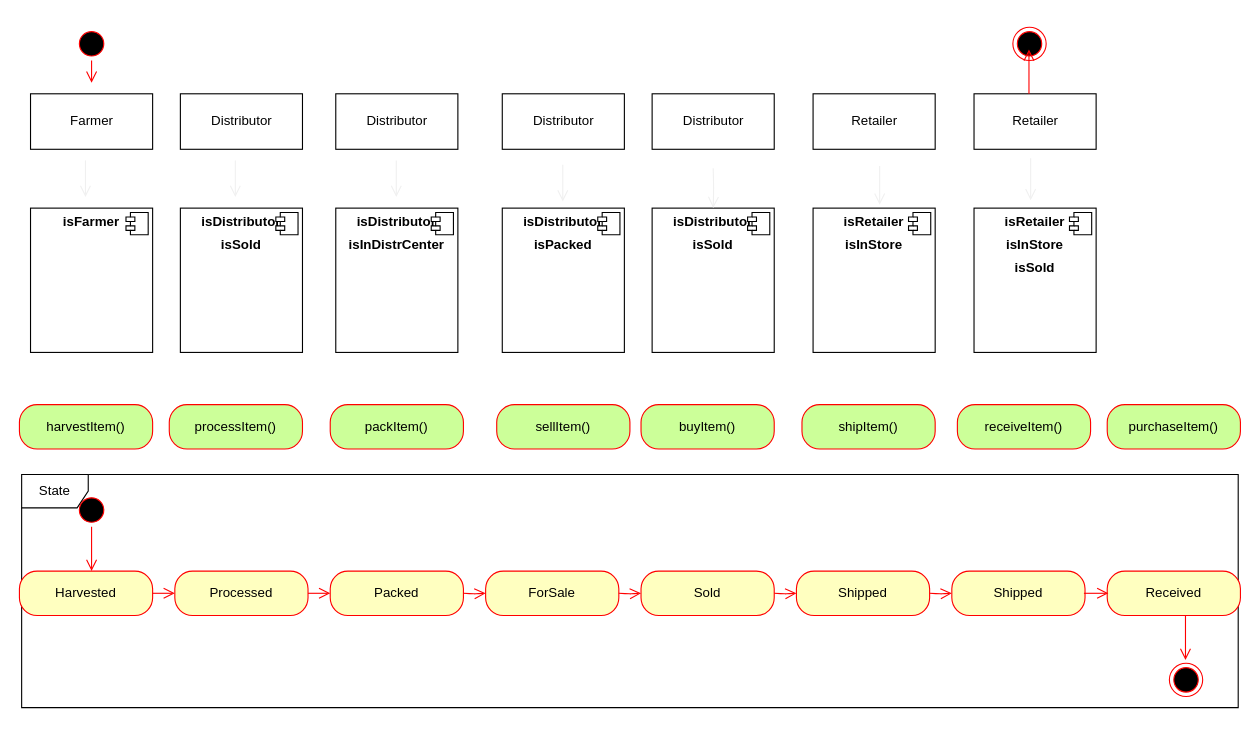
janvanessen/supplychain keeps this draw.io diagram as uml/3-state.drawio. Above is the earlier version. Source tidied: cells renumbered, new cells numbered last; positions are measured from the earlier drawing's top-left corner, leaving out a move shared by most shapes. Both pictures are drawn from the tidied source at 111%, with x=0, y=0 at pixel (19, 27).
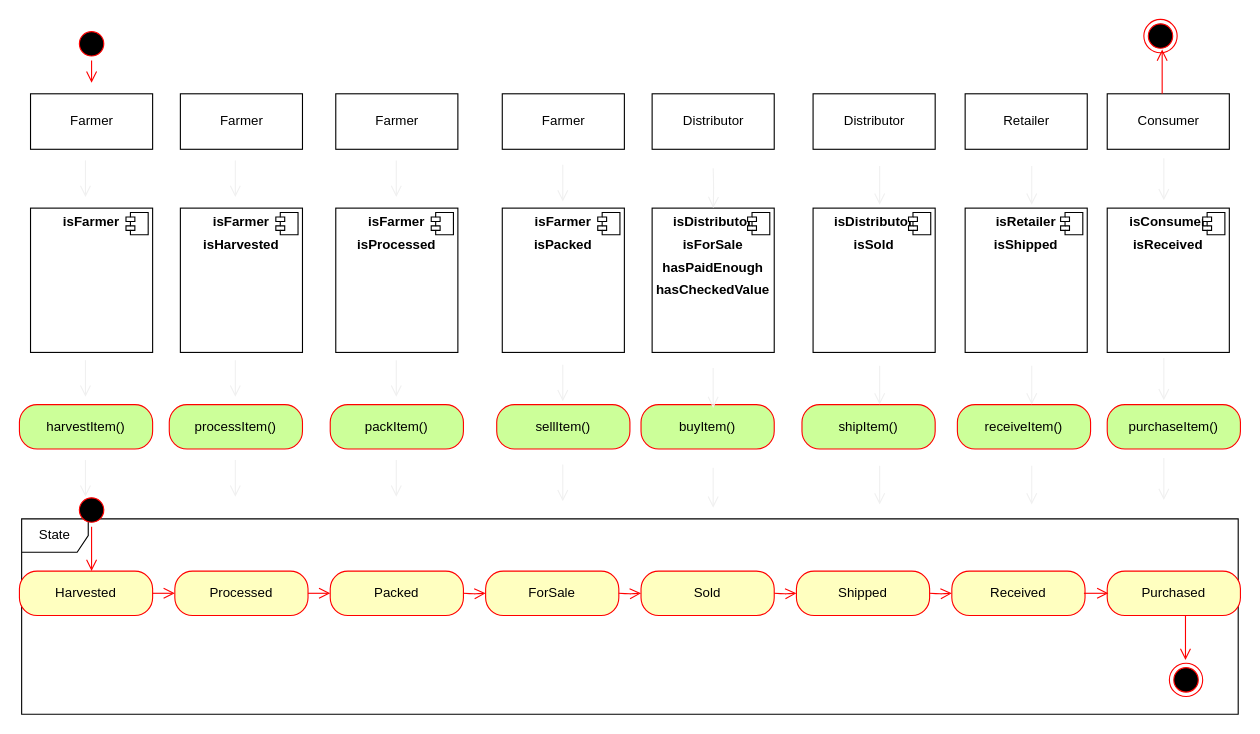
The same diagram, later.

Change to the diagram source:
```diff
@@
     <mxCell id="2" value="State" style="shape=umlFrame;whiteSpace=wrap;html=1;" parent="1" vertex="1">
-      <mxGeometry x="2" y="403" width="1096" height="210" as="geometry" />
+      <mxGeometry x="2" y="443" width="1096" height="176" as="geometry" />
     </mxCell>
@@
-    <mxCell id="15" value="Received" style="rounded=1;whiteSpace=wrap;html=1;arcSize=40;fontColor=#000000;fillColor=#ffffc0;strokeColor=#ff0000;" parent="1" vertex="1">
+    <mxCell id="15" value="Purchased" style="rounded=1;whiteSpace=wrap;html=1;arcSize=40;fontColor=#000000;fillColor=#ffffc0;strokeColor=#ff0000;" parent="1" vertex="1">
       <mxGeometry x="980" y="490" width="120" height="40" as="geometry" />
     </mxCell>
@@
-    <mxCell id="21" value="Distributor" style="html=1;" parent="1" vertex="1">
+    <mxCell id="21" value="Farmer" style="html=1;" parent="1" vertex="1">
       <mxGeometry x="145" y="60" width="110" height="50" as="geometry" />
     </mxCell>
-    <mxCell id="22" value="Distributor" style="html=1;" parent="1" vertex="1">
+    <mxCell id="22" value="Farmer" style="html=1;" parent="1" vertex="1">
       <mxGeometry x="285" y="60" width="110" height="50" as="geometry" />
     </mxCell>
-    <mxCell id="23" value="Distributor" style="html=1;" parent="1" vertex="1">
+    <mxCell id="23" value="Farmer" style="html=1;" parent="1" vertex="1">
       <mxGeometry x="435" y="60" width="110" height="50" as="geometry" />
     </mxCell>
@@
-    <mxCell id="25" value="Retailer" style="html=1;" parent="1" vertex="1">
+    <mxCell id="25" value="Distributor" style="html=1;" parent="1" vertex="1">
       <mxGeometry x="715" y="60" width="110" height="50" as="geometry" />
     </mxCell>
-    <mxCell id="26" value="Retailer" style="html=1;" parent="1" vertex="1">
-      <mxGeometry x="860" y="60" width="110" height="50" as="geometry" />
+    <mxCell id="26" value="Consumer" style="html=1;" parent="1" vertex="1">
+      <mxGeometry x="980" y="60" width="110" height="50" as="geometry" />
     </mxCell>
@@
     <mxCell id="29" style="ellipse;html=1;shape=endState;fillColor=#000000;strokeColor=#ff0000;" parent="1" vertex="1">
-      <mxGeometry x="895" width="30" height="30" as="geometry" />
+      <mxGeometry x="1013" y="-7" width="30" height="30" as="geometry" />
     </mxCell>
     <mxCell id="30" style="edgeStyle=orthogonalEdgeStyle;html=1;verticalAlign=bottom;endArrow=open;endSize=8;strokeColor=#ff0000;" parent="1" edge="1">
       <mxGeometry relative="1" as="geometry">
-        <mxPoint x="909.5" y="60" as="sourcePoint" />
-        <mxPoint x="909.5" y="20" as="targetPoint" />
+        <mxPoint x="1029.5" y="60" as="sourcePoint" />
+        <mxPoint x="1029.5" y="20" as="targetPoint" />
       </mxGeometry>
     </mxCell>
@@
-    <mxCell id="40" value="&lt;p style=&quot;margin: 0px ; margin-top: 6px ; text-align: center&quot;&gt;&lt;b&gt;isDistributor&lt;/b&gt;&lt;/p&gt;&lt;p style=&quot;margin: 0px ; margin-top: 6px ; text-align: center&quot;&gt;&lt;b&gt;isSold&lt;/b&gt;&lt;/p&gt;" style="align=left;overflow=fill;html=1;" parent="1" vertex="1">
+    <mxCell id="40" value="&lt;p style=&quot;margin: 0px ; margin-top: 6px ; text-align: center&quot;&gt;&lt;b&gt;isFarmer&lt;/b&gt;&lt;/p&gt;&lt;p style=&quot;margin: 0px ; margin-top: 6px ; text-align: center&quot;&gt;&lt;b&gt;isHarvested&lt;/b&gt;&lt;br&gt;&lt;/p&gt;" style="align=left;overflow=fill;html=1;" parent="1" vertex="1">
       <mxGeometry x="145" y="163" width="110" height="130" as="geometry" />
     </mxCell>
@@
-    <mxCell id="42" value="&lt;p style=&quot;margin: 0px ; margin-top: 6px ; text-align: center&quot;&gt;&lt;b&gt;isDistributor&lt;/b&gt;&lt;/p&gt;&lt;p style=&quot;margin: 0px ; margin-top: 6px ; text-align: center&quot;&gt;&lt;b&gt;isInDistrCenter&lt;/b&gt;&lt;/p&gt;" style="align=left;overflow=fill;html=1;" parent="1" vertex="1">
+    <mxCell id="42" value="&lt;p style=&quot;margin: 0px ; margin-top: 6px ; text-align: center&quot;&gt;&lt;b&gt;isFarmer&lt;/b&gt;&lt;/p&gt;&lt;p style=&quot;margin: 0px ; margin-top: 6px ; text-align: center&quot;&gt;&lt;b&gt;isProcessed&lt;/b&gt;&lt;br&gt;&lt;/p&gt;" style="align=left;overflow=fill;html=1;" parent="1" vertex="1">
       <mxGeometry x="285" y="163" width="110" height="130" as="geometry" />
     </mxCell>
@@
-    <mxCell id="44" value="&lt;p style=&quot;margin: 0px ; margin-top: 6px ; text-align: center&quot;&gt;&lt;b&gt;isDistributor&lt;/b&gt;&lt;/p&gt;&lt;p style=&quot;margin: 0px ; margin-top: 6px ; text-align: center&quot;&gt;&lt;b&gt;isPacked&lt;/b&gt;&lt;/p&gt;&lt;p style=&quot;margin: 0px ; margin-top: 6px ; text-align: center&quot;&gt;&lt;b&gt;&lt;br&gt;&lt;/b&gt;&lt;/p&gt;" style="align=left;overflow=fill;html=1;" parent="1" vertex="1">
+    <mxCell id="44" value="&lt;p style=&quot;margin: 0px ; margin-top: 6px ; text-align: center&quot;&gt;&lt;b&gt;isFarmer&lt;/b&gt;&lt;/p&gt;&lt;p style=&quot;margin: 0px ; margin-top: 6px ; text-align: center&quot;&gt;&lt;b&gt;isPacked&lt;/b&gt;&lt;/p&gt;&lt;p style=&quot;margin: 0px ; margin-top: 6px ; text-align: center&quot;&gt;&lt;b&gt;&lt;br&gt;&lt;/b&gt;&lt;/p&gt;" style="align=left;overflow=fill;html=1;" parent="1" vertex="1">
       <mxGeometry x="435" y="163" width="110" height="130" as="geometry" />
     </mxCell>
@@
-    <mxCell id="46" value="&lt;p style=&quot;margin: 0px ; margin-top: 6px ; text-align: center&quot;&gt;&lt;b&gt;isDistributor&lt;/b&gt;&lt;/p&gt;&lt;p style=&quot;margin: 0px ; margin-top: 6px ; text-align: center&quot;&gt;&lt;b&gt;isSold&lt;/b&gt;&lt;/p&gt;" style="align=left;overflow=fill;html=1;" parent="1" vertex="1">
+    <mxCell id="46" value="&lt;p style=&quot;margin: 0px ; margin-top: 6px ; text-align: center&quot;&gt;&lt;b&gt;isDistributor&lt;/b&gt;&lt;/p&gt;&lt;p style=&quot;margin: 0px ; margin-top: 6px ; text-align: center&quot;&gt;&lt;b&gt;isForSale&lt;/b&gt;&lt;/p&gt;&lt;p style=&quot;margin: 0px ; margin-top: 6px ; text-align: center&quot;&gt;&lt;b&gt;hasPaidEnough&lt;/b&gt;&lt;/p&gt;&lt;p style=&quot;margin: 0px ; margin-top: 6px ; text-align: center&quot;&gt;&lt;b&gt;hasCheckedValue&lt;/b&gt;&lt;/p&gt;" style="align=left;overflow=fill;html=1;" parent="1" vertex="1">
       <mxGeometry x="570" y="163" width="110" height="130" as="geometry" />
     </mxCell>
@@
-    <mxCell id="48" value="&lt;p style=&quot;margin: 0px ; margin-top: 6px ; text-align: center&quot;&gt;&lt;b&gt;isRetailer&lt;/b&gt;&lt;/p&gt;&lt;p style=&quot;margin: 0px ; margin-top: 6px ; text-align: center&quot;&gt;&lt;b&gt;isInStore&lt;/b&gt;&lt;/p&gt;&lt;p style=&quot;margin: 0px ; margin-top: 6px ; text-align: center&quot;&gt;&lt;b&gt;&lt;br&gt;&lt;/b&gt;&lt;/p&gt;" style="align=left;overflow=fill;html=1;" parent="1" vertex="1">
+    <mxCell id="48" value="&lt;p style=&quot;margin: 0px ; margin-top: 6px ; text-align: center&quot;&gt;&lt;b&gt;isDistributor&lt;/b&gt;&lt;/p&gt;&lt;p style=&quot;margin: 0px ; margin-top: 6px ; text-align: center&quot;&gt;&lt;b&gt;isSold&lt;/b&gt;&lt;/p&gt;" style="align=left;overflow=fill;html=1;" parent="1" vertex="1">
       <mxGeometry x="715" y="163" width="110" height="130" as="geometry" />
     </mxCell>
@@
-    <mxCell id="50" value="&lt;p style=&quot;margin: 0px ; margin-top: 6px ; text-align: center&quot;&gt;&lt;b&gt;isRetailer&lt;/b&gt;&lt;/p&gt;&lt;p style=&quot;margin: 0px ; margin-top: 6px ; text-align: center&quot;&gt;&lt;b&gt;isInStore&lt;/b&gt;&lt;/p&gt;&lt;p style=&quot;margin: 0px ; margin-top: 6px ; text-align: center&quot;&gt;&lt;b&gt;isSold&lt;/b&gt;&lt;/p&gt;" style="align=left;overflow=fill;html=1;" parent="1" vertex="1">
-      <mxGeometry x="860" y="163" width="110" height="130" as="geometry" />
+    <mxCell id="50" value="&lt;p style=&quot;margin: 0px ; margin-top: 6px ; text-align: center&quot;&gt;&lt;b&gt;isConsumer&lt;/b&gt;&lt;/p&gt;&lt;p style=&quot;margin: 0px ; margin-top: 6px ; text-align: center&quot;&gt;&lt;b&gt;isReceived&lt;/b&gt;&lt;/p&gt;" style="align=left;overflow=fill;html=1;" parent="1" vertex="1">
+      <mxGeometry x="980" y="163" width="110" height="130" as="geometry" />
     </mxCell>
@@
     <mxCell id="58" style="edgeStyle=orthogonalEdgeStyle;html=1;verticalAlign=bottom;endArrow=open;endSize=8;strokeColor=#F0F0F0;" parent="1" edge="1">
       <mxGeometry relative="1" as="geometry">
-        <mxPoint x="911" y="118" as="sourcePoint" />
-        <mxPoint x="911" y="156" as="targetPoint" />
+        <mxPoint x="1031" y="118" as="sourcePoint" />
+        <mxPoint x="1031" y="156" as="targetPoint" />
       </mxGeometry>
     </mxCell>
-    <mxCell id="59" value="Shipped" style="rounded=1;whiteSpace=wrap;html=1;arcSize=40;fontColor=#000000;fillColor=#ffffc0;strokeColor=#ff0000;" parent="1" vertex="1">
+    <mxCell id="59" value="Received" style="rounded=1;whiteSpace=wrap;html=1;arcSize=40;fontColor=#000000;fillColor=#ffffc0;strokeColor=#ff0000;" parent="1" vertex="1">
       <mxGeometry x="840" y="490" width="120" height="40" as="geometry" />
     </mxCell>
@@
+    <mxCell id="62" value="Retailer" style="html=1;" parent="1" vertex="1">
+      <mxGeometry x="852" y="60" width="110" height="50" as="geometry" />
+    </mxCell>
+    <mxCell id="63" value="&lt;p style=&quot;margin: 0px ; margin-top: 6px ; text-align: center&quot;&gt;&lt;b&gt;isRetailer&lt;/b&gt;&lt;/p&gt;&lt;p style=&quot;margin: 0px ; margin-top: 6px ; text-align: center&quot;&gt;&lt;b&gt;isShipped&lt;/b&gt;&lt;/p&gt;&lt;p style=&quot;margin: 0px ; margin-top: 6px ; text-align: center&quot;&gt;&lt;b&gt;&lt;br&gt;&lt;/b&gt;&lt;/p&gt;" style="align=left;overflow=fill;html=1;" parent="1" vertex="1">
+      <mxGeometry x="852" y="163" width="110" height="130" as="geometry" />
+    </mxCell>
+    <mxCell id="64" style="shape=component;jettyWidth=8;jettyHeight=4;" parent="63" vertex="1">
+      <mxGeometry x="1" width="20" height="20" relative="1" as="geometry">
+        <mxPoint x="-24" y="4" as="offset" />
+      </mxGeometry>
+    </mxCell>
+    <mxCell id="65" style="edgeStyle=orthogonalEdgeStyle;html=1;verticalAlign=bottom;endArrow=open;endSize=8;strokeColor=#F0F0F0;" parent="1" edge="1">
+      <mxGeometry relative="1" as="geometry">
+        <mxPoint x="912" y="125" as="sourcePoint" />
+        <mxPoint x="912" y="160" as="targetPoint" />
+      </mxGeometry>
+    </mxCell>
+    <mxCell id="66" style="edgeStyle=orthogonalEdgeStyle;html=1;verticalAlign=bottom;endArrow=open;endSize=8;strokeColor=#F0F0F0;" parent="1" edge="1">
+      <mxGeometry relative="1" as="geometry">
+        <mxPoint x="59.5" y="300" as="sourcePoint" />
+        <mxPoint x="59.5" y="333" as="targetPoint" />
+      </mxGeometry>
+    </mxCell>
+    <mxCell id="67" style="edgeStyle=orthogonalEdgeStyle;html=1;verticalAlign=bottom;endArrow=open;endSize=8;strokeColor=#F0F0F0;" parent="1" edge="1">
+      <mxGeometry relative="1" as="geometry">
+        <mxPoint x="194.5" y="300" as="sourcePoint" />
+        <mxPoint x="194.5" y="333" as="targetPoint" />
+      </mxGeometry>
+    </mxCell>
+    <mxCell id="68" style="edgeStyle=orthogonalEdgeStyle;html=1;verticalAlign=bottom;endArrow=open;endSize=8;strokeColor=#F0F0F0;" parent="1" edge="1">
+      <mxGeometry relative="1" as="geometry">
+        <mxPoint x="339.5" y="300" as="sourcePoint" />
+        <mxPoint x="339.5" y="333" as="targetPoint" />
+      </mxGeometry>
+    </mxCell>
+    <mxCell id="69" style="edgeStyle=orthogonalEdgeStyle;html=1;verticalAlign=bottom;endArrow=open;endSize=8;strokeColor=#F0F0F0;" parent="1" edge="1">
+      <mxGeometry relative="1" as="geometry">
+        <mxPoint x="489.5" y="304" as="sourcePoint" />
+        <mxPoint x="489.5" y="337" as="targetPoint" />
+      </mxGeometry>
+    </mxCell>
+    <mxCell id="70" style="edgeStyle=orthogonalEdgeStyle;html=1;verticalAlign=bottom;endArrow=open;endSize=8;strokeColor=#F0F0F0;entryX=0.5;entryY=0;entryDx=0;entryDy=0;" parent="1" edge="1">
+      <mxGeometry relative="1" as="geometry">
+        <mxPoint x="625" y="307" as="sourcePoint" />
+        <mxPoint x="625" y="343" as="targetPoint" />
+      </mxGeometry>
+    </mxCell>
+    <mxCell id="71" style="edgeStyle=orthogonalEdgeStyle;html=1;verticalAlign=bottom;endArrow=open;endSize=8;strokeColor=#F0F0F0;" parent="1" edge="1">
+      <mxGeometry relative="1" as="geometry">
+        <mxPoint x="775" y="305" as="sourcePoint" />
+        <mxPoint x="775" y="340" as="targetPoint" />
+      </mxGeometry>
+    </mxCell>
+    <mxCell id="72" style="edgeStyle=orthogonalEdgeStyle;html=1;verticalAlign=bottom;endArrow=open;endSize=8;strokeColor=#F0F0F0;" parent="1" edge="1">
+      <mxGeometry relative="1" as="geometry">
+        <mxPoint x="1031" y="298" as="sourcePoint" />
+        <mxPoint x="1031" y="336" as="targetPoint" />
+      </mxGeometry>
+    </mxCell>
+    <mxCell id="73" style="edgeStyle=orthogonalEdgeStyle;html=1;verticalAlign=bottom;endArrow=open;endSize=8;strokeColor=#F0F0F0;" parent="1" edge="1">
+      <mxGeometry relative="1" as="geometry">
+        <mxPoint x="912" y="305" as="sourcePoint" />
+        <mxPoint x="912" y="340" as="targetPoint" />
+      </mxGeometry>
+    </mxCell>
+    <mxCell id="74" style="edgeStyle=orthogonalEdgeStyle;html=1;verticalAlign=bottom;endArrow=open;endSize=8;strokeColor=#F0F0F0;" parent="1" edge="1">
+      <mxGeometry relative="1" as="geometry">
+        <mxPoint x="59.5" y="390" as="sourcePoint" />
+        <mxPoint x="59.5" y="423" as="targetPoint" />
+      </mxGeometry>
+    </mxCell>
+    <mxCell id="75" style="edgeStyle=orthogonalEdgeStyle;html=1;verticalAlign=bottom;endArrow=open;endSize=8;strokeColor=#F0F0F0;" parent="1" edge="1">
+      <mxGeometry relative="1" as="geometry">
+        <mxPoint x="194.5" y="390" as="sourcePoint" />
+        <mxPoint x="194.5" y="423" as="targetPoint" />
+      </mxGeometry>
+    </mxCell>
+    <mxCell id="76" style="edgeStyle=orthogonalEdgeStyle;html=1;verticalAlign=bottom;endArrow=open;endSize=8;strokeColor=#F0F0F0;" parent="1" edge="1">
+      <mxGeometry relative="1" as="geometry">
+        <mxPoint x="339.5" y="390" as="sourcePoint" />
+        <mxPoint x="339.5" y="423" as="targetPoint" />
+      </mxGeometry>
+    </mxCell>
+    <mxCell id="77" style="edgeStyle=orthogonalEdgeStyle;html=1;verticalAlign=bottom;endArrow=open;endSize=8;strokeColor=#F0F0F0;" parent="1" edge="1">
+      <mxGeometry relative="1" as="geometry">
+        <mxPoint x="489.5" y="394" as="sourcePoint" />
+        <mxPoint x="489.5" y="427" as="targetPoint" />
+      </mxGeometry>
+    </mxCell>
+    <mxCell id="78" style="edgeStyle=orthogonalEdgeStyle;html=1;verticalAlign=bottom;endArrow=open;endSize=8;strokeColor=#F0F0F0;entryX=0.5;entryY=0;entryDx=0;entryDy=0;" parent="1" edge="1">
+      <mxGeometry relative="1" as="geometry">
+        <mxPoint x="625" y="397" as="sourcePoint" />
+        <mxPoint x="625" y="433" as="targetPoint" />
+      </mxGeometry>
+    </mxCell>
+    <mxCell id="79" style="edgeStyle=orthogonalEdgeStyle;html=1;verticalAlign=bottom;endArrow=open;endSize=8;strokeColor=#F0F0F0;" parent="1" edge="1">
+      <mxGeometry relative="1" as="geometry">
+        <mxPoint x="775" y="395" as="sourcePoint" />
+        <mxPoint x="775" y="430" as="targetPoint" />
+      </mxGeometry>
+    </mxCell>
+    <mxCell id="80" style="edgeStyle=orthogonalEdgeStyle;html=1;verticalAlign=bottom;endArrow=open;endSize=8;strokeColor=#F0F0F0;" parent="1" edge="1">
+      <mxGeometry relative="1" as="geometry">
+        <mxPoint x="1031" y="388" as="sourcePoint" />
+        <mxPoint x="1031" y="426" as="targetPoint" />
+      </mxGeometry>
+    </mxCell>
+    <mxCell id="81" style="edgeStyle=orthogonalEdgeStyle;html=1;verticalAlign=bottom;endArrow=open;endSize=8;strokeColor=#F0F0F0;" parent="1" edge="1">
+      <mxGeometry relative="1" as="geometry">
+        <mxPoint x="912" y="395" as="sourcePoint" />
+        <mxPoint x="912" y="430" as="targetPoint" />
+      </mxGeometry>
+    </mxCell>
```
